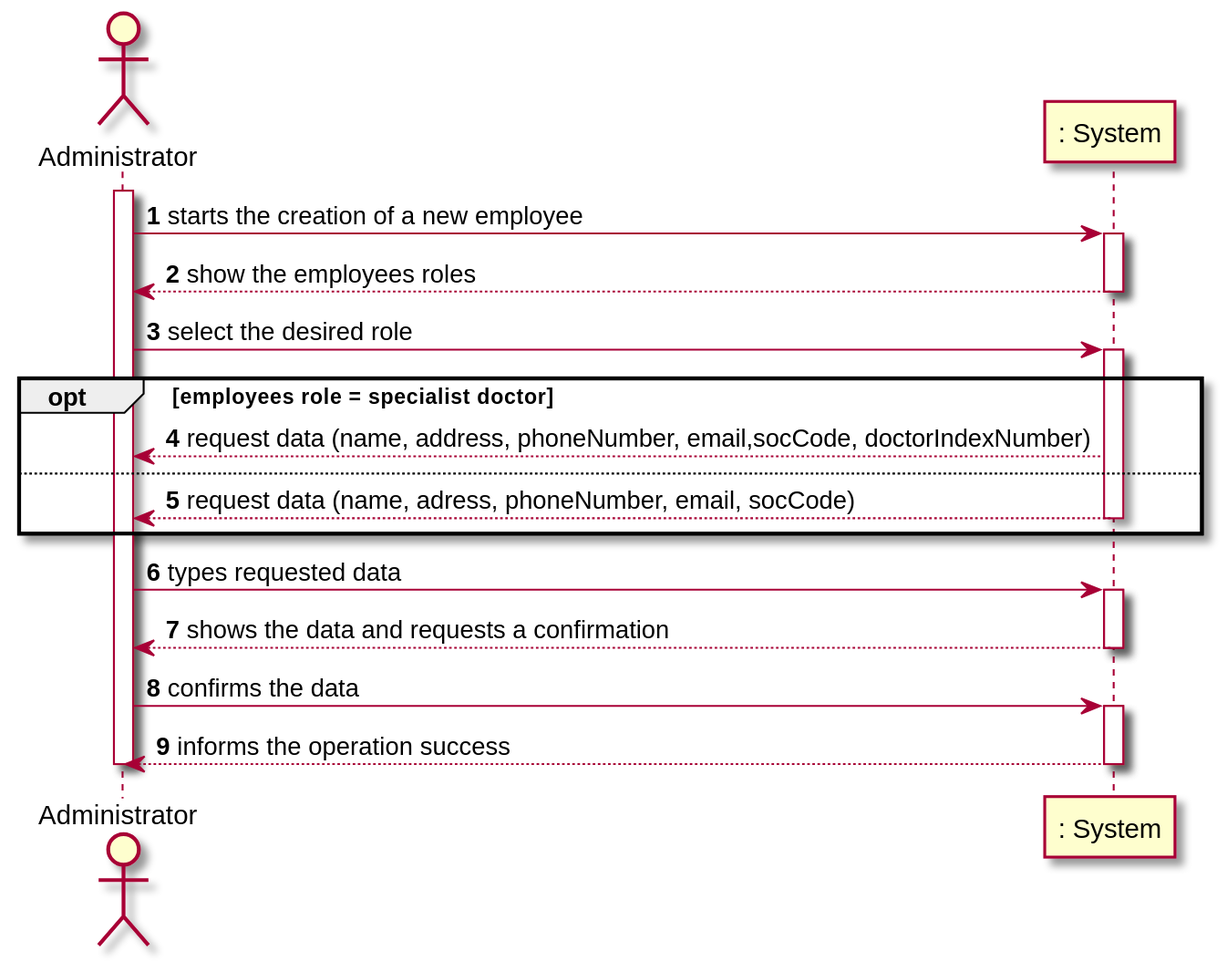
Earlier version of the PlantUML export docs/SprintC/SprintB/US07/US07-SSD.svg (manu-07-ela/LAPR2_ISEP). Source of this version:
```plantuml
@startuml

actor Administrator as Adm
participant ": System" as sy

autonumber
activate Adm
Adm -> sy: starts the creation of a new employee
activate sy
sy --> Adm : show the employees roles
deactivate sy
Adm -> sy : select the desired role
activate sy
opt employees role = specialist doctor
sy --> Adm : request data (name, address, phoneNumber, email,socCode, doctorIndexNumber)
else
sy --> Adm : request data (name, adress, phoneNumber, email, socCode)
deactivate sy
end
Adm -> sy: types requested data
activate sy
sy --> Adm : shows the data and requests a confirmation
deactivate sy
Adm -> sy: confirms the data
activate sy
sy --> Adm : informs the operation success
deactivate sy
deactivate Adm


@enduml
```
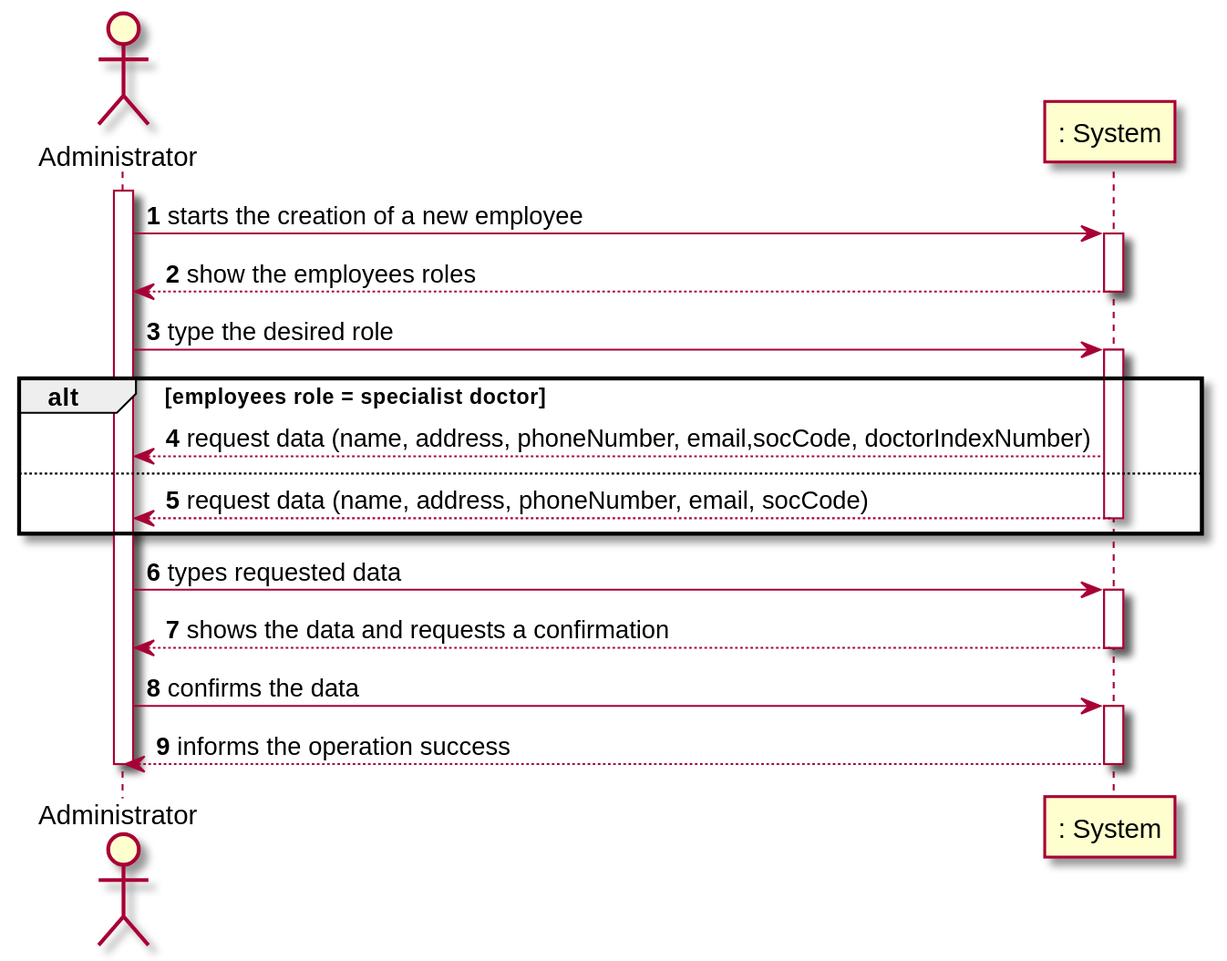
Above is the later version.

Change to the diagram source:
```diff
@@ -9,12 +9,12 @@
 activate sy
 sy --> Adm : show the employees roles
 deactivate sy
-Adm -> sy : select the desired role
+Adm -> sy : type the desired role
 activate sy
-opt employees role = specialist doctor
+alt employees role = specialist doctor
 sy --> Adm : request data (name, address, phoneNumber, email,socCode, doctorIndexNumber)
 else
-sy --> Adm : request data (name, adress, phoneNumber, email, socCode)
+sy --> Adm : request data (name, address, phoneNumber, email, socCode)
 deactivate sy
 end
 Adm -> sy: types requested data
```
